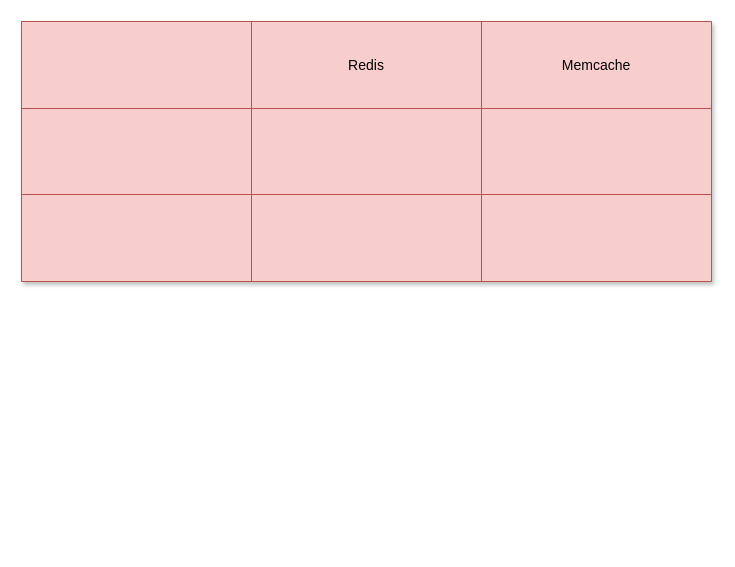
Above: page "Page-1" (1 of 2) of redis VS memcache.drawio in wallcwr/xiaoliangbianchenghui (draw.io), before the change. Source tidied: cells renumbered, new cells numbered last; positions are measured from the earlier drawing's top-left corner, leaving out a move shared by most shapes. Both pictures are drawn from the tidied source at 100%, with x=0, y=0 at pixel (21, 21).
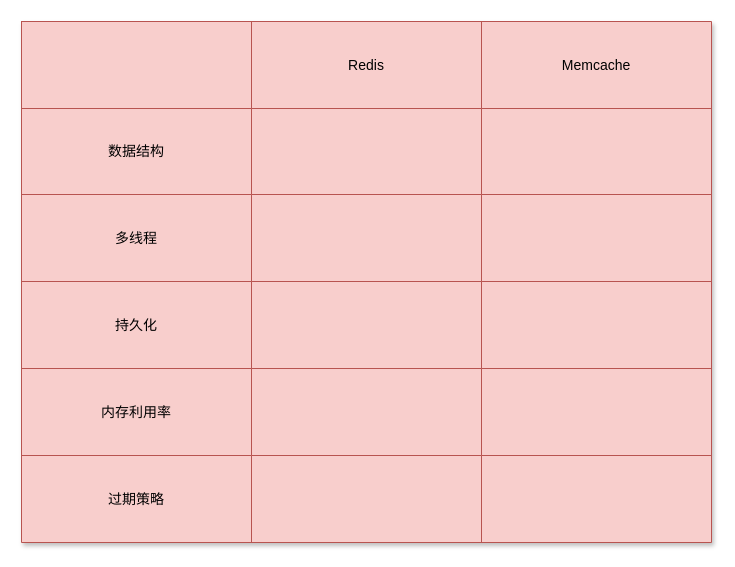
The same diagram, later.

Unchanged cells that the change refers to:
```xml
<mxCell id="7" style="shape=tableRow;horizontal=0;startSize=0;swimlaneHead=0;swimlaneBody=0;top=0;left=0;bottom=0;right=0;fillColor=none;rounded=0;shadow=1;fontFamily=Helvetica;fontSize=14;fontColor=default;strokeColor=#b85450;html=1;" parent="2" vertex="1">
  <mxGeometry y="87" width="690" height="86" as="geometry" />
</mxCell>
<mxCell id="11" style="shape=tableRow;horizontal=0;startSize=0;swimlaneHead=0;swimlaneBody=0;top=0;left=0;bottom=0;right=0;fillColor=none;rounded=0;shadow=1;fontFamily=Helvetica;fontSize=14;fontColor=default;strokeColor=#b85450;html=1;" parent="2" vertex="1">
  <mxGeometry y="173" width="690" height="87" as="geometry" />
</mxCell>
```

The edit, as a diff of the source:
```diff
@@
-    <mxCell id="2" style="shape=table;html=1;whiteSpace=wrap;startSize=0;childLayout=tableLayout;rounded=0;shadow=1;fontFamily=Helvetica;fontSize=14;fontColor=default;strokeColor=#b85450;fillColor=#f8cecc;gradientColor=none;" parent="1" vertex="1">
-      <mxGeometry width="690" height="260" as="geometry" />
+    <mxCell id="2" style="shape=table;html=1;whiteSpace=wrap;startSize=0;childLayout=tableLayout;rounded=0;shadow=1;fontFamily=Helvetica;fontSize=14;strokeColor=#b85450;fillColor=#f8cecc;" parent="1" vertex="1">
+      <mxGeometry width="690" height="521" as="geometry" />
     </mxCell>
@@
-    <mxCell id="8" style="shape=partialRectangle;html=1;whiteSpace=wrap;fillColor=none;top=0;left=0;bottom=0;right=0;overflow=hidden;rounded=0;shadow=1;fontFamily=Helvetica;fontSize=14;fontColor=default;strokeColor=#b85450;" parent="7" vertex="1">
+    <mxCell id="8" value="数据结构" style="shape=partialRectangle;html=1;whiteSpace=wrap;fillColor=none;top=0;left=0;bottom=0;right=0;overflow=hidden;rounded=0;shadow=1;fontFamily=Helvetica;fontSize=14;fontColor=default;strokeColor=#b85450;" parent="7" vertex="1">
       <mxGeometry width="230" height="86" as="geometry" />
     </mxCell>
@@
-    <mxCell id="12" style="shape=partialRectangle;html=1;whiteSpace=wrap;fillColor=none;top=0;left=0;bottom=0;right=0;overflow=hidden;rounded=0;shadow=1;fontFamily=Helvetica;fontSize=14;fontColor=default;strokeColor=#b85450;" parent="11" vertex="1">
+    <mxCell id="12" value="多线程" style="shape=partialRectangle;html=1;whiteSpace=wrap;fillColor=none;top=0;left=0;bottom=0;right=0;overflow=hidden;rounded=0;shadow=1;fontFamily=Helvetica;fontSize=14;fontColor=default;strokeColor=#b85450;" parent="11" vertex="1">
       <mxGeometry width="230" height="87" as="geometry" />
     </mxCell>
@@
+    <mxCell id="15" style="shape=tableRow;horizontal=0;startSize=0;swimlaneHead=0;swimlaneBody=0;top=0;left=0;bottom=0;right=0;fillColor=none;rounded=0;shadow=1;fontFamily=Helvetica;fontSize=14;fontColor=default;strokeColor=#b85450;html=1;" parent="2" vertex="1">
+      <mxGeometry y="260" width="690" height="87" as="geometry" />
+    </mxCell>
+    <mxCell id="16" value="持久化" style="shape=partialRectangle;html=1;whiteSpace=wrap;fillColor=none;top=0;left=0;bottom=0;right=0;overflow=hidden;rounded=0;shadow=1;fontFamily=Helvetica;fontSize=14;fontColor=default;strokeColor=#b85450;" parent="15" vertex="1">
+      <mxGeometry width="230" height="87" as="geometry" />
+    </mxCell>
+    <mxCell id="17" style="shape=partialRectangle;html=1;whiteSpace=wrap;fillColor=none;top=0;left=0;bottom=0;right=0;overflow=hidden;rounded=0;shadow=1;fontFamily=Helvetica;fontSize=14;fontColor=default;strokeColor=#b85450;" parent="15" vertex="1">
+      <mxGeometry x="230" width="230" height="87" as="geometry" />
+    </mxCell>
+    <mxCell id="18" style="shape=partialRectangle;html=1;whiteSpace=wrap;fillColor=none;top=0;left=0;bottom=0;right=0;overflow=hidden;rounded=0;shadow=1;fontFamily=Helvetica;fontSize=14;fontColor=default;strokeColor=#b85450;" parent="15" vertex="1">
+      <mxGeometry x="460" width="230" height="87" as="geometry" />
+    </mxCell>
+    <mxCell id="19" style="shape=tableRow;horizontal=0;startSize=0;swimlaneHead=0;swimlaneBody=0;top=0;left=0;bottom=0;right=0;fillColor=none;rounded=0;shadow=1;fontFamily=Helvetica;fontSize=14;fontColor=default;strokeColor=#b85450;html=1;" parent="2" vertex="1">
+      <mxGeometry y="347" width="690" height="87" as="geometry" />
+    </mxCell>
+    <mxCell id="20" value="内存利用率" style="shape=partialRectangle;html=1;whiteSpace=wrap;fillColor=none;top=0;left=0;bottom=0;right=0;overflow=hidden;rounded=0;shadow=1;fontFamily=Helvetica;fontSize=14;fontColor=default;strokeColor=#b85450;" parent="19" vertex="1">
+      <mxGeometry width="230" height="87" as="geometry" />
+    </mxCell>
+    <mxCell id="21" style="shape=partialRectangle;html=1;whiteSpace=wrap;fillColor=none;top=0;left=0;bottom=0;right=0;overflow=hidden;rounded=0;shadow=1;fontFamily=Helvetica;fontSize=14;fontColor=default;strokeColor=#b85450;" parent="19" vertex="1">
+      <mxGeometry x="230" width="230" height="87" as="geometry" />
+    </mxCell>
+    <mxCell id="22" style="shape=partialRectangle;html=1;whiteSpace=wrap;fillColor=none;top=0;left=0;bottom=0;right=0;overflow=hidden;rounded=0;shadow=1;fontFamily=Helvetica;fontSize=14;fontColor=default;strokeColor=#b85450;" parent="19" vertex="1">
+      <mxGeometry x="460" width="230" height="87" as="geometry" />
+    </mxCell>
+    <mxCell id="23" style="shape=tableRow;horizontal=0;startSize=0;swimlaneHead=0;swimlaneBody=0;top=0;left=0;bottom=0;right=0;fillColor=none;rounded=0;shadow=1;fontFamily=Helvetica;fontSize=14;fontColor=default;strokeColor=#b85450;html=1;" parent="2" vertex="1">
+      <mxGeometry y="434" width="690" height="87" as="geometry" />
+    </mxCell>
+    <mxCell id="24" value="过期策略" style="shape=partialRectangle;html=1;whiteSpace=wrap;fillColor=none;top=0;left=0;bottom=0;right=0;overflow=hidden;rounded=0;shadow=1;fontFamily=Helvetica;fontSize=14;fontColor=default;strokeColor=#b85450;" parent="23" vertex="1">
+      <mxGeometry width="230" height="87" as="geometry" />
+    </mxCell>
+    <mxCell id="25" style="shape=partialRectangle;html=1;whiteSpace=wrap;fillColor=none;top=0;left=0;bottom=0;right=0;overflow=hidden;rounded=0;shadow=1;fontFamily=Helvetica;fontSize=14;fontColor=default;strokeColor=#b85450;" parent="23" vertex="1">
+      <mxGeometry x="230" width="230" height="87" as="geometry" />
+    </mxCell>
+    <mxCell id="26" style="shape=partialRectangle;html=1;whiteSpace=wrap;fillColor=none;top=0;left=0;bottom=0;right=0;overflow=hidden;rounded=0;shadow=1;fontFamily=Helvetica;fontSize=14;fontColor=default;strokeColor=#b85450;" parent="23" vertex="1">
+      <mxGeometry x="460" width="230" height="87" as="geometry" />
+    </mxCell>
```
